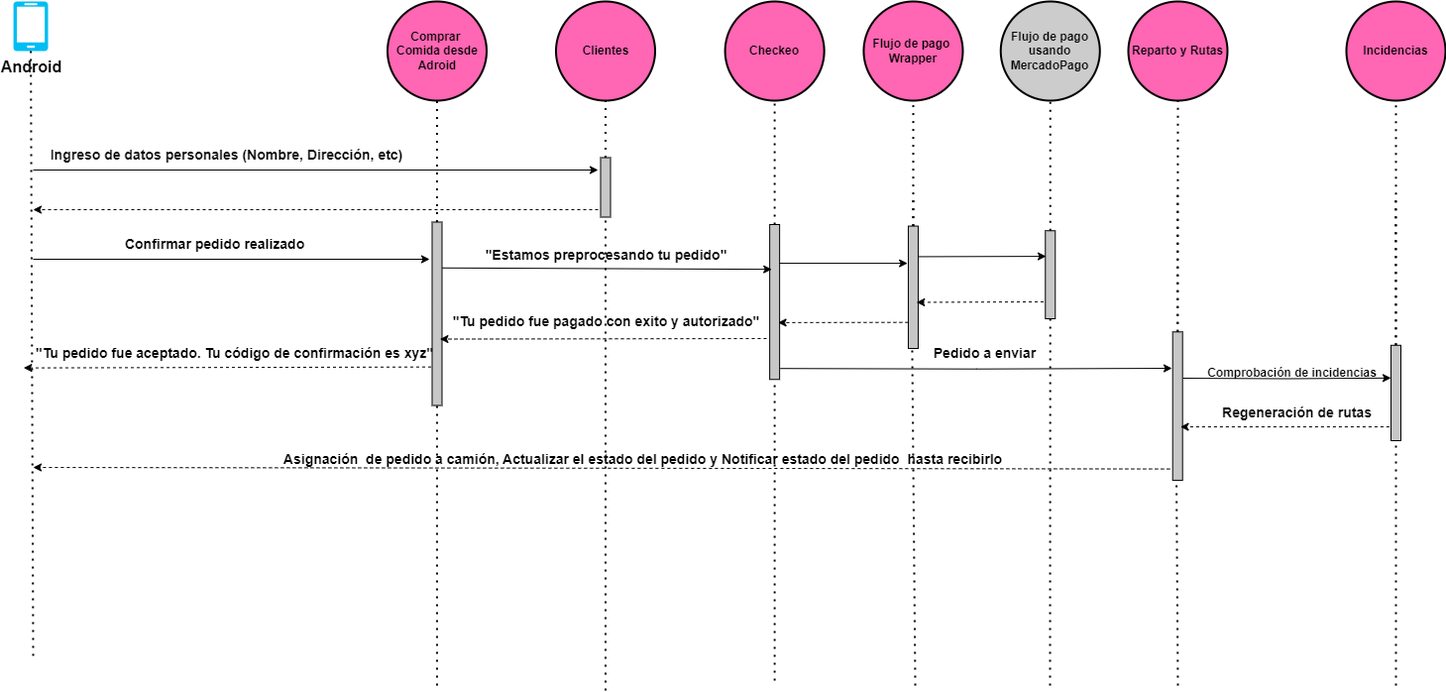
Before: docs/result/images/Diagrama de secuencia usuario Android.png, a diagram exported from draw.io (JuanX-M/TPE-Grupo9). Source tidied: cells renumbered, new cells last; positions are measured from the earlier drawing's top-left corner, leaving out a move shared by most shapes.
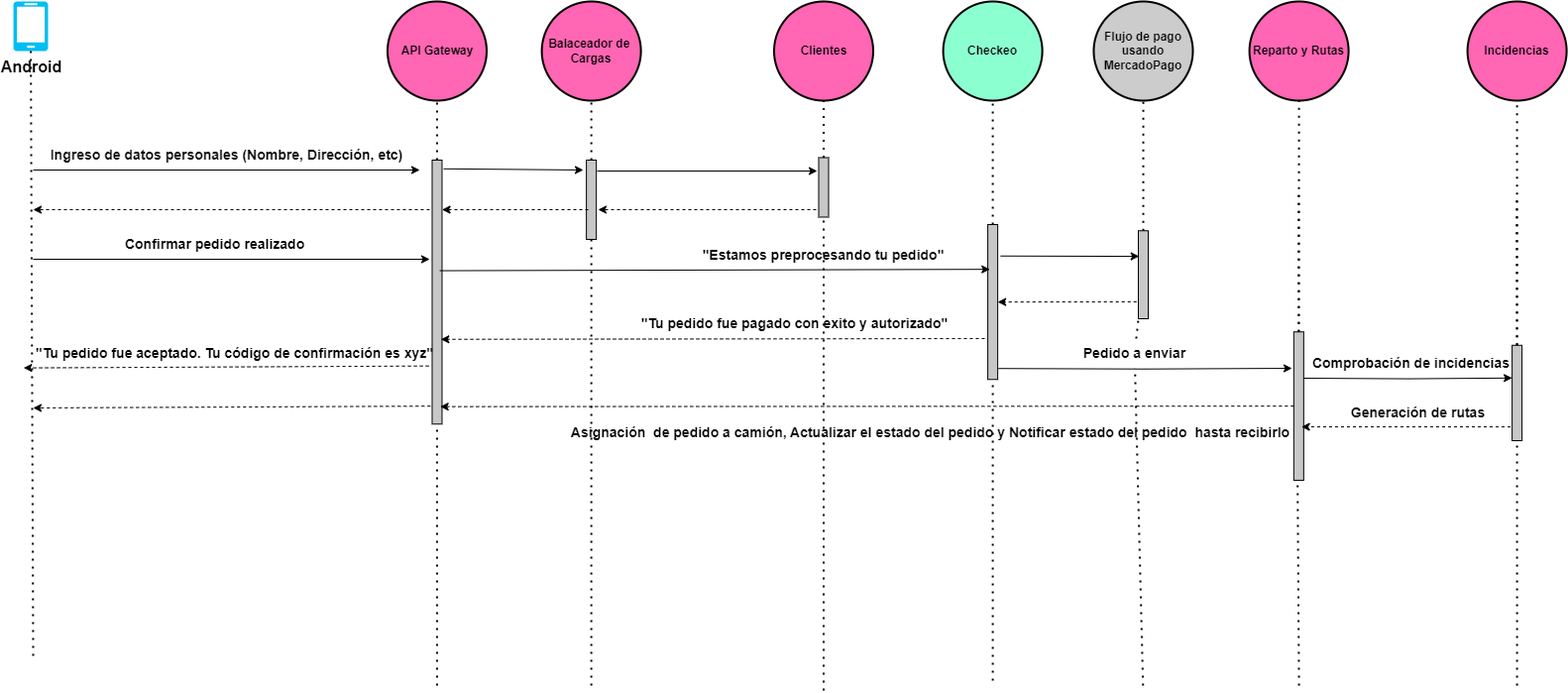
The same file after the commit.

Commit message:
Se agrego correción al diagrama de secuencias de la interacción de usuario Android con el sistema

Diff of the diagram source:
```diff
@@ -5,6 +5,6 @@
     <mxCell id="2" value="&lt;font size=&quot;3&quot;&gt;&lt;b&gt;Android&lt;/b&gt;&lt;/font&gt;" style="verticalLabelPosition=bottom;html=1;verticalAlign=top;align=center;strokeColor=none;fillColor=#00BEF2;shape=mxgraph.azure.mobile;" parent="1" vertex="1">
-      <mxGeometry width="35" height="50" as="geometry" />
+      <mxGeometry x="-220" width="35" height="50" as="geometry" />
     </mxCell>
-    <mxCell id="3" value="&lt;b&gt;Comprar&amp;nbsp;&lt;/b&gt;&lt;div&gt;&lt;b&gt;Comida desde&lt;/b&gt;&lt;div&gt;&lt;b&gt;Adroid&lt;/b&gt;&lt;/div&gt;&lt;/div&gt;" style="strokeWidth=2;html=1;shape=mxgraph.flowchart.start_2;whiteSpace=wrap;fillColor=#FF66B3;" parent="1" vertex="1">
-      <mxGeometry x="377.5" width="100" height="100" as="geometry" />
+    <mxCell id="3" value="&lt;b&gt;API Gateway&lt;/b&gt;" style="strokeWidth=2;html=1;shape=mxgraph.flowchart.start_2;whiteSpace=wrap;fillColor=#FF66B3;" parent="1" vertex="1">
+      <mxGeometry x="157.5" width="100" height="100" as="geometry" />
     </mxCell>
@@ -12,3 +12,3 @@
       <mxGeometry relative="1" as="geometry">
-        <mxPoint x="20" y="660" as="sourcePoint" />
+        <mxPoint x="-200" y="660" as="sourcePoint" />
       </mxGeometry>
@@ -20,4 +20,4 @@
       <mxGeometry relative="1" as="geometry">
-        <mxPoint x="20" y="170" as="sourcePoint" />
-        <mxPoint x="590" y="170" as="targetPoint" />
+        <mxPoint x="-200" y="170" as="sourcePoint" />
+        <mxPoint x="190" y="170" as="targetPoint" />
       </mxGeometry>
@@ -25,3 +25,3 @@
     <mxCell id="7" value="&lt;font style=&quot;font-size: 14px;&quot;&gt;&lt;b&gt;Confirmar pedido realizado&amp;nbsp;&lt;/b&gt;&lt;/font&gt;" style="text;html=1;align=center;verticalAlign=middle;strokeColor=none;fillColor=none;" parent="1" vertex="1">
-      <mxGeometry x="100" y="230" width="210" height="30" as="geometry" />
+      <mxGeometry x="-120" y="230" width="210" height="30" as="geometry" />
     </mxCell>
@@ -29,3 +29,3 @@
       <mxGeometry relative="1" as="geometry">
-        <mxPoint x="427.5" y="690" as="sourcePoint" />
+        <mxPoint x="207.5" y="690" as="sourcePoint" />
       </mxGeometry>
@@ -33,5 +33,5 @@
     <mxCell id="9" style="rounded=0;whiteSpace=wrap;html=1;fillColor=#C7C7C7;rotation=90;" parent="1" vertex="1">
-      <mxGeometry x="335" y="310" width="185" height="10" as="geometry" />
+      <mxGeometry x="74.4" y="288.1" width="266.2" height="10" as="geometry" />
     </mxCell>
-    <mxCell id="10" value="&lt;b&gt;Checkeo&lt;/b&gt;" style="strokeWidth=2;html=1;shape=mxgraph.flowchart.start_2;whiteSpace=wrap;fillColor=#FF66B3;" parent="1" vertex="1">
+    <mxCell id="10" value="&lt;b&gt;Checkeo&lt;/b&gt;" style="strokeWidth=2;html=1;shape=mxgraph.flowchart.start_2;whiteSpace=wrap;fillColor=#8CFFD1;" parent="1" vertex="1">
       <mxGeometry x="718.1" width="100" height="100" as="geometry" />
@@ -41,10 +41,4 @@
     </mxCell>
-    <mxCell id="12" value="&lt;b&gt;Flujo de pago&amp;nbsp;&lt;/b&gt;&lt;div&gt;&lt;b&gt;Wrapper&lt;/b&gt;&lt;/div&gt;" style="strokeWidth=2;html=1;shape=mxgraph.flowchart.start_2;whiteSpace=wrap;fillColor=#FF66B3;" parent="1" vertex="1">
-      <mxGeometry x="858" width="100" height="100" as="geometry" />
-    </mxCell>
-    <mxCell id="13" style="endArrow=none;dashed=1;html=1;dashPattern=1 3;strokeWidth=2;rounded=0;entryX=0.5;entryY=1;entryDx=0;entryDy=0;entryPerimeter=0;" parent="1" edge="1" source="27" target="12">
-      <mxGeometry relative="1" as="geometry" />
-    </mxCell>
     <mxCell id="14" value="&lt;b&gt;Flujo de pago&lt;/b&gt;&lt;div&gt;&lt;b&gt;usando&lt;/b&gt;&lt;/div&gt;&lt;div&gt;&lt;b&gt;MercadoPago&lt;/b&gt;&lt;/div&gt;" style="strokeWidth=2;html=1;shape=mxgraph.flowchart.start_2;whiteSpace=wrap;fillColor=#CCCCCC;" parent="1" vertex="1">
-      <mxGeometry x="996.2" width="100" height="100" as="geometry" />
+      <mxGeometry x="870" width="100" height="100" as="geometry" />
     </mxCell>
@@ -61,3 +55,3 @@
     </mxCell>
-    <mxCell id="18" style="endArrow=classic;html=1;rounded=0;exitX=0.25;exitY=0;exitDx=0;exitDy=0;entryX=0.289;entryY=0.79;entryDx=0;entryDy=0;entryPerimeter=0;" parent="1" edge="1" source="9" target="17">
+    <mxCell id="18" style="endArrow=classic;html=1;rounded=0;exitX=0.419;exitY=0.228;exitDx=0;exitDy=0;entryX=0.289;entryY=0.79;entryDx=0;entryDy=0;entryPerimeter=0;exitPerimeter=0;" parent="1" edge="1" source="9" target="17">
       <mxGeometry relative="1" as="geometry" />
@@ -67,6 +61,6 @@
         <mxPoint x="590" y="210" as="sourcePoint" />
-        <mxPoint x="20" y="210" as="targetPoint" />
+        <mxPoint x="370" y="210" as="targetPoint" />
       </mxGeometry>
     </mxCell>
-    <mxCell id="20" style="html=1;labelBackgroundColor=#ffffff;startArrow=none;startFill=0;startSize=6;endArrow=classic;endFill=1;endSize=6;jettySize=auto;strokeWidth=1;dashed=1;fontSize=14;rounded=0;entryX=0.638;entryY=0.204;entryDx=0;entryDy=0;entryPerimeter=0;" parent="1" edge="1" target="9">
+    <mxCell id="20" style="html=1;labelBackgroundColor=#ffffff;startArrow=none;startFill=0;startSize=6;endArrow=classic;endFill=1;endSize=6;jettySize=auto;strokeWidth=1;dashed=1;fontSize=14;rounded=0;entryX=0.679;entryY=0.116;entryDx=0;entryDy=0;entryPerimeter=0;" parent="1" edge="1" target="9">
       <mxGeometry relative="1" as="geometry">
@@ -75,32 +69,11 @@
     </mxCell>
-    <mxCell id="21" style="endArrow=none;dashed=1;html=1;dashPattern=1 3;strokeWidth=2;rounded=0;entryX=0.5;entryY=1;entryDx=0;entryDy=0;entryPerimeter=0;" parent="1" edge="1" source="27">
-      <mxGeometry relative="1" as="geometry">
-        <mxPoint x="908" y="195" as="targetPoint" />
-      </mxGeometry>
-    </mxCell>
-    <mxCell id="22" style="endArrow=none;dashed=1;html=1;dashPattern=1 3;strokeWidth=2;rounded=0;" parent="1" edge="1" target="23">
-      <mxGeometry relative="1" as="geometry">
-        <mxPoint x="1046" y="690" as="sourcePoint" />
-      </mxGeometry>
+    <mxCell id="22" style="endArrow=none;dashed=1;html=1;dashPattern=1 3;strokeWidth=2;rounded=0;" parent="1" edge="1" source="46" target="23">
+      <mxGeometry relative="1" as="geometry" />
     </mxCell>
     <mxCell id="23" style="rounded=0;whiteSpace=wrap;html=1;fillColor=#C7C7C7;rotation=90;" parent="1" vertex="1">
-      <mxGeometry x="1001.9" y="270.6" width="88.8" height="10" as="geometry" />
+      <mxGeometry x="875.6" y="270.6" width="88.8" height="10" as="geometry" />
     </mxCell>
     <mxCell id="24" value="&lt;font style=&quot;font-size: 14px;&quot;&gt;&lt;b&gt;&quot;Tu pedido fue aceptado. Tu código de confirmación es xyz&quot;&lt;/b&gt;&lt;/font&gt;" style="text;html=1;align=center;verticalAlign=middle;points=[];strokeColor=none;fillColor=none;" parent="1" vertex="1">
-      <mxGeometry x="12.5" y="340" width="420" height="30" as="geometry" />
+      <mxGeometry x="-207.5" y="340" width="420" height="30" as="geometry" />
     </mxCell>
-    <mxCell id="25" style="endArrow=classic;html=1;rounded=0;exitX=0.25;exitY=0;exitDx=0;exitDy=0;entryX=0.304;entryY=1.081;entryDx=0;entryDy=0;entryPerimeter=0;" parent="1" edge="1" source="17" target="27">
-      <mxGeometry relative="1" as="geometry" />
-    </mxCell>
-    <mxCell id="26" style="endArrow=none;dashed=1;html=1;dashPattern=1 3;strokeWidth=2;rounded=0;entryX=0.513;entryY=0.658;entryDx=0;entryDy=0;entryPerimeter=0;" parent="1" edge="1" target="27">
-      <mxGeometry relative="1" as="geometry">
-        <mxPoint x="910" y="690" as="sourcePoint" />
-      </mxGeometry>
-    </mxCell>
-    <mxCell id="27" style="rounded=0;whiteSpace=wrap;html=1;fillColor=#C7C7C7;rotation=90;" parent="1" vertex="1">
-      <mxGeometry x="846.2" y="283.3" width="123.4" height="10" as="geometry" />
-    </mxCell>
-    <mxCell id="28" style="html=1;labelBackgroundColor=#ffffff;startArrow=none;startFill=0;startSize=6;endArrow=classic;endFill=1;endSize=6;jettySize=auto;strokeWidth=1;dashed=1;fontSize=14;rounded=0;entryX=0.633;entryY=0.156;entryDx=0;entryDy=0;entryPerimeter=0;exitX=0.787;exitY=1.002;exitDx=0;exitDy=0;exitPerimeter=0;" parent="1" edge="1" source="27" target="17">
-      <mxGeometry relative="1" as="geometry" />
-    </mxCell>
     <mxCell id="29" value="&lt;font style=&quot;font-size: 14px;&quot;&gt;&lt;b&gt;&quot;Estamos preprocesando tu pedido&quot;&lt;/b&gt;&lt;/font&gt;" style="text;html=1;align=center;verticalAlign=middle;strokeColor=none;fillColor=none;" parent="1" vertex="1">
@@ -108,6 +81,6 @@
     </mxCell>
-    <mxCell id="30" style="endArrow=classic;html=1;rounded=0;exitX=0.25;exitY=0;exitDx=0;exitDy=0;entryX=0.291;entryY=0.926;entryDx=0;entryDy=0;entryPerimeter=0;" parent="1" edge="1" source="27" target="23">
+    <mxCell id="30" style="endArrow=classic;html=1;rounded=0;exitX=0.203;exitY=-0.287;exitDx=0;exitDy=0;entryX=0.291;entryY=0.926;entryDx=0;entryDy=0;entryPerimeter=0;exitPerimeter=0;" parent="1" edge="1" source="17" target="23">
       <mxGeometry relative="1" as="geometry" />
     </mxCell>
-    <mxCell id="31" style="html=1;labelBackgroundColor=#ffffff;startArrow=none;startFill=0;startSize=6;endArrow=classic;endFill=1;endSize=6;jettySize=auto;strokeWidth=1;dashed=1;fontSize=14;rounded=0;entryX=0.623;entryY=0.172;entryDx=0;entryDy=0;entryPerimeter=0;exitX=0.808;exitY=1.18;exitDx=0;exitDy=0;exitPerimeter=0;" parent="1" edge="1" source="23" target="27">
+    <mxCell id="31" style="html=1;labelBackgroundColor=#ffffff;startArrow=none;startFill=0;startSize=6;endArrow=classic;endFill=1;endSize=6;jettySize=auto;strokeWidth=1;dashed=1;fontSize=14;rounded=0;entryX=0.5;entryY=0;entryDx=0;entryDy=0;exitX=0.808;exitY=1.18;exitDx=0;exitDy=0;exitPerimeter=0;" parent="1" edge="1" source="23" target="17">
       <mxGeometry relative="1" as="geometry" />
@@ -115,3 +88,3 @@
     <mxCell id="32" value="&lt;font style=&quot;font-size: 14px;&quot;&gt;&lt;b&gt;&quot;Tu pedido fue pagado con exito y autorizado&quot;&lt;/b&gt;&lt;/font&gt;" style="text;html=1;align=center;verticalAlign=middle;strokeColor=none;fillColor=none;" parent="1" vertex="1">
-      <mxGeometry x="432.5" y="308.1" width="330" height="30" as="geometry" />
+      <mxGeometry x="403.1" y="310" width="330" height="30" as="geometry" />
     </mxCell>
@@ -132,3 +105,3 @@
     <mxCell id="37" value="&lt;font style=&quot;font-size: 14px;&quot;&gt;&lt;b&gt;Ingreso de datos personales (Nombre, Dirección, etc)&lt;/b&gt;&lt;/font&gt;" style="text;html=1;align=center;verticalAlign=middle;strokeColor=none;fillColor=none;" parent="1" vertex="1">
-      <mxGeometry x="25" y="140" width="380" height="30" as="geometry" />
+      <mxGeometry x="-195" y="140" width="380" height="30" as="geometry" />
     </mxCell>
@@ -136,7 +109,7 @@
       <mxGeometry relative="1" as="geometry">
-        <mxPoint x="20" y="260" as="sourcePoint" />
-        <mxPoint x="420" y="260" as="targetPoint" />
+        <mxPoint x="-200" y="260" as="sourcePoint" />
+        <mxPoint x="200" y="260" as="targetPoint" />
       </mxGeometry>
     </mxCell>
-    <mxCell id="39" style="html=1;labelBackgroundColor=#ffffff;startArrow=none;startFill=0;startSize=6;endArrow=classic;endFill=1;endSize=6;jettySize=auto;strokeWidth=1;dashed=1;fontSize=14;rounded=0;exitX=0.79;exitY=1.099;exitDx=0;exitDy=0;exitPerimeter=0;entryX=-0.005;entryY=0.987;entryDx=0;entryDy=0;entryPerimeter=0;" parent="1" edge="1" source="9" target="24">
+    <mxCell id="39" style="html=1;labelBackgroundColor=#ffffff;startArrow=none;startFill=0;startSize=6;endArrow=classic;endFill=1;endSize=6;jettySize=auto;orthogonalLoop=1;strokeWidth=1;dashed=1;fontSize=14;rounded=0;exitX=0.968;exitY=0.922;exitDx=0;exitDy=0;exitPerimeter=0;entryX=-0.005;entryY=0.987;entryDx=0;entryDy=0;entryPerimeter=0;" parent="1" edge="1" source="24" target="24">
       <mxGeometry relative="1" as="geometry" />
@@ -144,3 +117,3 @@
     <mxCell id="40" value="&lt;b&gt;Reparto y Rutas&lt;/b&gt;" style="strokeWidth=2;html=1;shape=mxgraph.flowchart.start_2;whiteSpace=wrap;fillColor=#FF66B3;" parent="1" vertex="1">
-      <mxGeometry x="1125" width="100" height="100" as="geometry" />
+      <mxGeometry x="1027.1" width="100" height="100" as="geometry" />
     </mxCell>
@@ -151,3 +124,3 @@
       <mxGeometry relative="1" as="geometry">
-        <mxPoint x="1174.7" y="195" as="targetPoint" />
+        <mxPoint x="1076.8" y="195" as="targetPoint" />
       </mxGeometry>
@@ -156,3 +129,3 @@
       <mxGeometry relative="1" as="geometry">
-        <mxPoint x="1175" y="690" as="sourcePoint" />
+        <mxPoint x="1077.1" y="690" as="sourcePoint" />
       </mxGeometry>
@@ -160,3 +133,3 @@
     <mxCell id="44" style="rounded=0;whiteSpace=wrap;html=1;fillColor=#C7C7C7;rotation=90;" parent="1" vertex="1">
-      <mxGeometry x="1099.9" y="403.1" width="149.7" height="10" as="geometry" />
+      <mxGeometry x="1002" y="403.1" width="149.7" height="10" as="geometry" />
     </mxCell>
@@ -165,10 +138,7 @@
         <mxPoint x="773.9" y="370.2" as="sourcePoint" />
-        <mxPoint x="1169" y="370" as="targetPoint" />
+        <mxPoint x="1070" y="370" as="targetPoint" />
       </mxGeometry>
     </mxCell>
-    <mxCell id="46" value="&lt;font style=&quot;font-size: 14px;&quot;&gt;&lt;b&gt;Pedido a enviar&lt;/b&gt;&lt;/font&gt;" style="text;html=1;align=center;verticalAlign=middle;points=[];strokeColor=none;fillColor=none;" parent="1" vertex="1">
-      <mxGeometry x="915" y="340" width="130" height="30" as="geometry" />
-    </mxCell>
     <mxCell id="47" value="&lt;b&gt;Incidencias&lt;/b&gt;" style="strokeWidth=2;html=1;shape=mxgraph.flowchart.start_2;whiteSpace=wrap;fillColor=#FF66B3;" parent="1" vertex="1">
-      <mxGeometry x="1345" width="100" height="100" as="geometry" />
+      <mxGeometry x="1247.1" width="100" height="100" as="geometry" />
     </mxCell>
@@ -179,3 +149,3 @@
       <mxGeometry relative="1" as="geometry">
-        <mxPoint x="1394.7" y="195" as="targetPoint" />
+        <mxPoint x="1296.8" y="195" as="targetPoint" />
       </mxGeometry>
@@ -184,4 +154,4 @@
       <mxGeometry relative="1" as="geometry">
-        <mxPoint x="1395" y="690" as="sourcePoint" />
-        <mxPoint x="1395" y="395" as="targetPoint" />
+        <mxPoint x="1297.1" y="690" as="sourcePoint" />
+        <mxPoint x="1297.1" y="395" as="targetPoint" />
       </mxGeometry>
@@ -189,3 +159,3 @@
     <mxCell id="51" style="rounded=0;whiteSpace=wrap;html=1;fillColor=#C7C7C7;rotation=90;" parent="1" vertex="1">
-      <mxGeometry x="1346.9" y="389.9" width="96.2" height="10" as="geometry" />
+      <mxGeometry x="1249" y="389.9" width="96.2" height="10" as="geometry" />
     </mxCell>
@@ -193,3 +163,3 @@
       <mxGeometry relative="1" as="geometry">
-        <mxPoint x="1180" y="380" as="sourcePoint" />
+        <mxPoint x="1082.1" y="380" as="sourcePoint" />
       </mxGeometry>
@@ -197,3 +167,3 @@
     <mxCell id="53" value="&lt;font style=&quot;font-size: 14px;&quot;&gt;&lt;b&gt;Asignación&amp;nbsp; de pedido a camión, Actualizar el estado del pedido y Notificar estado del pedido&amp;nbsp; hasta recibirlo&lt;/b&gt;&lt;/font&gt;" style="text;html=1;align=center;verticalAlign=middle;strokeColor=none;fillColor=none;" parent="1" vertex="1">
-      <mxGeometry x="260" y="446.8" width="750" height="30" as="geometry" />
+      <mxGeometry x="330" y="420" width="750" height="30" as="geometry" />
     </mxCell>
@@ -202,13 +172,61 @@
     </mxCell>
-    <mxCell id="55" value="&lt;font style=&quot;font-size: 14px;&quot;&gt;&lt;b&gt;Regeneración de rutas&lt;/b&gt;&lt;/font&gt;" style="text;html=1;align=center;verticalAlign=middle;strokeColor=none;fillColor=none;" parent="1" vertex="1">
-      <mxGeometry x="1210" y="399.9" width="170" height="30" as="geometry" />
+    <mxCell id="55" value="&lt;font style=&quot;font-size: 14px;&quot;&gt;&lt;b&gt;Generación de rutas&lt;/b&gt;&lt;/font&gt;" style="text;html=1;align=center;verticalAlign=middle;strokeColor=none;fillColor=none;" parent="1" vertex="1">
+      <mxGeometry x="1117.1" y="399.9" width="160" height="30" as="geometry" />
     </mxCell>
-    <mxCell id="56" style="html=1;labelBackgroundColor=#ffffff;startArrow=none;startFill=0;startSize=6;endArrow=classic;endFill=1;endSize=6;jettySize=auto;strokeWidth=1;dashed=1;fontSize=14;rounded=0;exitX=0.924;exitY=1.284;exitDx=0;exitDy=0;exitPerimeter=0;" parent="1" edge="1" source="44">
-      <mxGeometry relative="1" as="geometry">
-        <mxPoint x="20" y="470" as="targetPoint" />
-      </mxGeometry>
+    <mxCell id="56" style="html=1;labelBackgroundColor=#ffffff;startArrow=none;startFill=0;startSize=6;endArrow=classic;endFill=1;endSize=6;jettySize=auto;strokeWidth=1;dashed=1;fontSize=14;rounded=0;exitX=0.5;exitY=1;exitDx=0;exitDy=0;entryX=0.934;entryY=0.182;entryDx=0;entryDy=0;entryPerimeter=0;" parent="1" edge="1" source="44" target="9">
+      <mxGeometry relative="1" as="geometry" />
     </mxCell>
-    <mxCell id="57" value="&lt;b&gt;Comprobación de incidencias&lt;/b&gt;" style="text;html=1;align=center;verticalAlign=middle;strokeColor=none;fillColor=none;" parent="1" vertex="1">
-      <mxGeometry x="1195" y="359.9" width="190" height="30" as="geometry" />
+    <mxCell id="57" value="&lt;b&gt;&lt;font style=&quot;font-size: 14px;&quot;&gt;Comprobación de incidencias&lt;/font&gt;&lt;/b&gt;" style="text;html=1;align=center;verticalAlign=middle;strokeColor=none;fillColor=none;" parent="1" vertex="1">
+      <mxGeometry x="1080" y="350" width="220" height="30" as="geometry" />
     </mxCell>
+    <mxCell id="58" style="html=1;labelBackgroundColor=#ffffff;startArrow=none;startFill=0;startSize=6;endArrow=classic;endFill=1;endSize=6;jettySize=auto;orthogonalLoop=1;strokeWidth=1;dashed=1;fontSize=14;rounded=0;" parent="1" edge="1">
+      <mxGeometry relative="1" as="geometry">
+        <mxPoint x="200" y="210" as="sourcePoint" />
+        <mxPoint x="-200" y="210" as="targetPoint" />
+      </mxGeometry>
+    </mxCell>
+    <mxCell id="59" style="endArrow=none;dashed=1;html=1;dashPattern=1 3;strokeWidth=2;rounded=0;" parent="1" edge="1" target="46">
+      <mxGeometry relative="1" as="geometry">
+        <mxPoint x="919.8" y="690" as="sourcePoint" />
+      </mxGeometry>
+    </mxCell>
+    <mxCell id="46" value="&lt;font style=&quot;font-size: 14px;&quot;&gt;&lt;b&gt;Pedido a enviar&lt;/b&gt;&lt;/font&gt;" style="text;html=1;align=center;verticalAlign=middle;points=[];strokeColor=none;fillColor=none;" parent="1" vertex="1">
+      <mxGeometry x="846.2" y="340" width="130" height="30" as="geometry" />
+    </mxCell>
+    <mxCell id="60" style="html=1;labelBackgroundColor=#ffffff;startArrow=none;startFill=0;startSize=6;endArrow=classic;endFill=1;endSize=6;jettySize=auto;strokeWidth=1;dashed=1;fontSize=14;rounded=0;exitX=0.932;exitY=1.172;exitDx=0;exitDy=0;exitPerimeter=0;" parent="1" edge="1" source="9">
+      <mxGeometry relative="1" as="geometry">
+        <mxPoint x="-200" y="410" as="targetPoint" />
+      </mxGeometry>
+    </mxCell>
+    <mxCell id="61" value="&lt;b&gt;Balaceador de&amp;nbsp;&lt;/b&gt;&lt;div&gt;&lt;b&gt;Cargas&lt;/b&gt;&lt;/div&gt;" style="strokeWidth=2;html=1;shape=mxgraph.flowchart.start_2;whiteSpace=wrap;fillColor=#FF66B3;" parent="1" vertex="1">
+      <mxGeometry x="313.1" width="100" height="100" as="geometry" />
+    </mxCell>
+    <mxCell id="62" style="endArrow=none;dashed=1;html=1;dashPattern=1 3;strokeWidth=2;rounded=0;" parent="1" edge="1" source="64" target="61">
+      <mxGeometry relative="1" as="geometry" />
+    </mxCell>
+    <mxCell id="63" style="endArrow=none;dashed=1;html=1;dashPattern=1 3;strokeWidth=2;rounded=0;" parent="1" edge="1" target="64">
+      <mxGeometry relative="1" as="geometry">
+        <mxPoint x="363.1" y="690" as="sourcePoint" />
+      </mxGeometry>
+    </mxCell>
+    <mxCell id="64" style="rounded=0;whiteSpace=wrap;html=1;fillColor=#C7C7C7;rotation=90;" parent="1" vertex="1">
+      <mxGeometry x="323.1" y="195" width="80" height="10" as="geometry" />
+    </mxCell>
+    <mxCell id="65" style="endArrow=classic;html=1;rounded=0;exitX=0.033;exitY=-0.162;exitDx=0;exitDy=0;exitPerimeter=0;" parent="1" edge="1" source="9">
+      <mxGeometry relative="1" as="geometry">
+        <mxPoint x="355" y="170" as="targetPoint" />
+      </mxGeometry>
+    </mxCell>
+    <mxCell id="66" style="endArrow=classic;html=1;rounded=0;" parent="1" edge="1">
+      <mxGeometry relative="1" as="geometry">
+        <mxPoint x="369" y="171" as="sourcePoint" />
+        <mxPoint x="591" y="171" as="targetPoint" />
+      </mxGeometry>
+    </mxCell>
+    <mxCell id="67" style="html=1;labelBackgroundColor=#ffffff;startArrow=none;startFill=0;startSize=6;endArrow=classic;endFill=1;endSize=6;jettySize=auto;orthogonalLoop=1;strokeWidth=1;dashed=1;fontSize=14;rounded=0;" parent="1" edge="1">
+      <mxGeometry relative="1" as="geometry">
+        <mxPoint x="360" y="210" as="sourcePoint" />
+        <mxPoint x="212.5" y="210" as="targetPoint" />
+      </mxGeometry>
+    </mxCell>
   </root>
```
